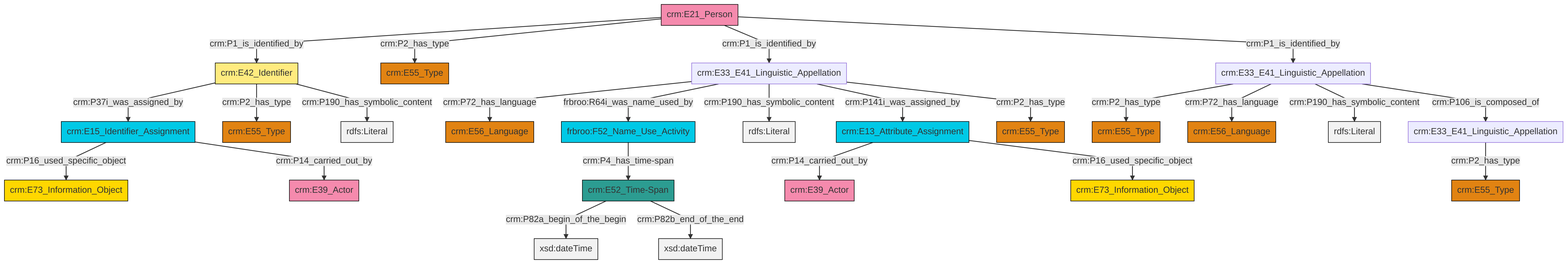
swiss-art-research-net/docs.swissartresearch keeps this Mermaid diagram as et/personCSV/ttl/mmd/png/Person_Names_and_Classification.png. Above is the earlier version. Its source is kept beside it as et/personCSV/ttl/mmd/Person_Names_and_Classification.ttl.mmd. Source of this version:
```mermaid
graph TD
classDef Literal fill:#f2f2f2,stroke:#000000;
classDef CRM_Entity fill:#FFFFFF,stroke:#000000;
classDef Temporal_Entity fill:#00C9E6, stroke:#000000;
classDef Type fill:#E18312, stroke:#000000;
classDef Time-Span fill:#2C9C91, stroke:#000000;
classDef Appellation fill:#FFEB7F, stroke:#000000;
classDef Place fill:#008836, stroke:#000000;
classDef Persistent_Item fill:#B266B2, stroke:#000000;
classDef Conceptual_Object fill:#FFD700, stroke:#000000;
classDef Physical_Thing fill:#D2B48C, stroke:#000000;
classDef Actor fill:#f58aad, stroke:#000000;
classDef PC_Classes fill:#4ce600, stroke:#000000;
classDef Multi fill:#cccccc,stroke:#000000;

2["crm:E13_Attribute_Assignment"]:::Temporal_Entity -->|crm:P14_carried_out_by| 3["crm:E39_Actor"]:::Actor
4["crm:E42_Identifier"]:::Appellation -->|crm:P37i_was_assigned_by| 5["crm:E15_Identifier_Assignment"]:::Temporal_Entity
9["crm:E33_E41_Linguistic_Appellation"]:::Default -->|crm:P2_has_type| 10["crm:E55_Type"]:::Type
9["crm:E33_E41_Linguistic_Appellation"]:::Default -->|crm:P72_has_language| 11["crm:E56_Language"]:::Type
9["crm:E33_E41_Linguistic_Appellation"]:::Default -->|crm:P190_has_symbolic_content| 12[rdfs:Literal]:::Literal
2["crm:E13_Attribute_Assignment"]:::Temporal_Entity -->|crm:P16_used_specific_object| 13["crm:E73_Information_Object"]:::Conceptual_Object
5["crm:E15_Identifier_Assignment"]:::Temporal_Entity -->|crm:P16_used_specific_object| 14["crm:E73_Information_Object"]:::Conceptual_Object
9["crm:E33_E41_Linguistic_Appellation"]:::Default -->|crm:P106_is_composed_of| 6["crm:E33_E41_Linguistic_Appellation"]:::Default
16["crm:E21_Person"]:::Actor -->|crm:P1_is_identified_by| 4["crm:E42_Identifier"]:::Appellation
0["crm:E52_Time-Span"]:::Time-Span -->|crm:P82a_begin_of_the_begin| 19[xsd:dateTime]:::Literal
20["crm:E33_E41_Linguistic_Appellation"]:::Default -->|crm:P72_has_language| 21["crm:E56_Language"]:::Type
4["crm:E42_Identifier"]:::Appellation -->|crm:P2_has_type| 17["crm:E55_Type"]:::Type
16["crm:E21_Person"]:::Actor -->|crm:P2_has_type| 31["crm:E55_Type"]:::Type
20["crm:E33_E41_Linguistic_Appellation"]:::Default -->|frbroo:R64i_was_name_used_by| 25["frbroo:F52_Name_Use_Activity"]:::Temporal_Entity
20["crm:E33_E41_Linguistic_Appellation"]:::Default -->|crm:P190_has_symbolic_content| 38[rdfs:Literal]:::Literal
16["crm:E21_Person"]:::Actor -->|crm:P1_is_identified_by| 20["crm:E33_E41_Linguistic_Appellation"]:::Default
25["frbroo:F52_Name_Use_Activity"]:::Temporal_Entity -->|crm:P4_has_time-span| 0["crm:E52_Time-Span"]:::Time-Span
20["crm:E33_E41_Linguistic_Appellation"]:::Default -->|crm:P141i_was_assigned_by| 2["crm:E13_Attribute_Assignment"]:::Temporal_Entity
20["crm:E33_E41_Linguistic_Appellation"]:::Default -->|crm:P2_has_type| 22["crm:E55_Type"]:::Type
0["crm:E52_Time-Span"]:::Time-Span -->|crm:P82b_end_of_the_end| 39[xsd:dateTime]:::Literal
4["crm:E42_Identifier"]:::Appellation -->|crm:P190_has_symbolic_content| 40[rdfs:Literal]:::Literal
16["crm:E21_Person"]:::Actor -->|crm:P1_is_identified_by| 9["crm:E33_E41_Linguistic_Appellation"]:::Default
6["crm:E33_E41_Linguistic_Appellation"]:::Default -->|crm:P2_has_type| 42["crm:E55_Type"]:::Type
5["crm:E15_Identifier_Assignment"]:::Temporal_Entity -->|crm:P14_carried_out_by| 35["crm:E39_Actor"]:::Actor
```
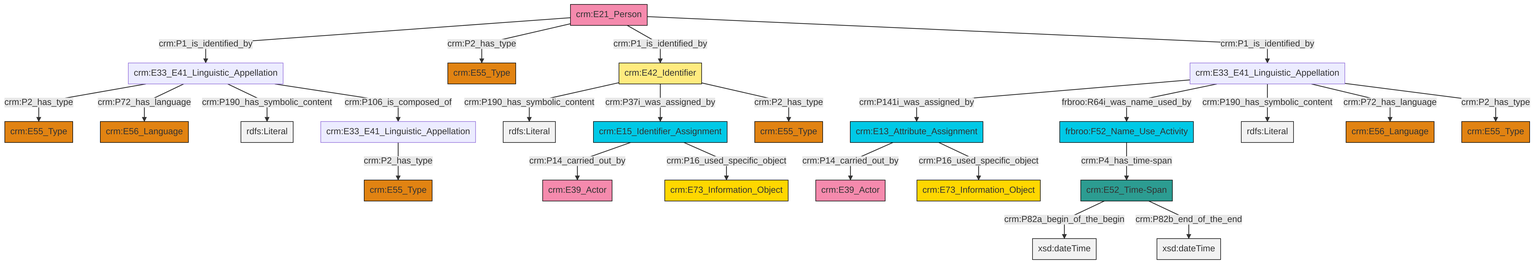
The same file after the commit.

What changed in the source:
```diff
@@ -13,27 +13,27 @@
 classDef PC_Classes fill:#4ce600, stroke:#000000;
 classDef Multi fill:#cccccc,stroke:#000000;
 
-2["crm:E13_Attribute_Assignment"]:::Temporal_Entity -->|crm:P14_carried_out_by| 3["crm:E39_Actor"]:::Actor
-4["crm:E42_Identifier"]:::Appellation -->|crm:P37i_was_assigned_by| 5["crm:E15_Identifier_Assignment"]:::Temporal_Entity
-9["crm:E33_E41_Linguistic_Appellation"]:::Default -->|crm:P2_has_type| 10["crm:E55_Type"]:::Type
-9["crm:E33_E41_Linguistic_Appellation"]:::Default -->|crm:P72_has_language| 11["crm:E56_Language"]:::Type
-9["crm:E33_E41_Linguistic_Appellation"]:::Default -->|crm:P190_has_symbolic_content| 12[rdfs:Literal]:::Literal
-2["crm:E13_Attribute_Assignment"]:::Temporal_Entity -->|crm:P16_used_specific_object| 13["crm:E73_Information_Object"]:::Conceptual_Object
-5["crm:E15_Identifier_Assignment"]:::Temporal_Entity -->|crm:P16_used_specific_object| 14["crm:E73_Information_Object"]:::Conceptual_Object
-9["crm:E33_E41_Linguistic_Appellation"]:::Default -->|crm:P106_is_composed_of| 6["crm:E33_E41_Linguistic_Appellation"]:::Default
-16["crm:E21_Person"]:::Actor -->|crm:P1_is_identified_by| 4["crm:E42_Identifier"]:::Appellation
-0["crm:E52_Time-Span"]:::Time-Span -->|crm:P82a_begin_of_the_begin| 19[xsd:dateTime]:::Literal
-20["crm:E33_E41_Linguistic_Appellation"]:::Default -->|crm:P72_has_language| 21["crm:E56_Language"]:::Type
-4["crm:E42_Identifier"]:::Appellation -->|crm:P2_has_type| 17["crm:E55_Type"]:::Type
-16["crm:E21_Person"]:::Actor -->|crm:P2_has_type| 31["crm:E55_Type"]:::Type
-20["crm:E33_E41_Linguistic_Appellation"]:::Default -->|frbroo:R64i_was_name_used_by| 25["frbroo:F52_Name_Use_Activity"]:::Temporal_Entity
-20["crm:E33_E41_Linguistic_Appellation"]:::Default -->|crm:P190_has_symbolic_content| 38[rdfs:Literal]:::Literal
-16["crm:E21_Person"]:::Actor -->|crm:P1_is_identified_by| 20["crm:E33_E41_Linguistic_Appellation"]:::Default
-25["frbroo:F52_Name_Use_Activity"]:::Temporal_Entity -->|crm:P4_has_time-span| 0["crm:E52_Time-Span"]:::Time-Span
-20["crm:E33_E41_Linguistic_Appellation"]:::Default -->|crm:P141i_was_assigned_by| 2["crm:E13_Attribute_Assignment"]:::Temporal_Entity
-20["crm:E33_E41_Linguistic_Appellation"]:::Default -->|crm:P2_has_type| 22["crm:E55_Type"]:::Type
-0["crm:E52_Time-Span"]:::Time-Span -->|crm:P82b_end_of_the_end| 39[xsd:dateTime]:::Literal
-4["crm:E42_Identifier"]:::Appellation -->|crm:P190_has_symbolic_content| 40[rdfs:Literal]:::Literal
-16["crm:E21_Person"]:::Actor -->|crm:P1_is_identified_by| 9["crm:E33_E41_Linguistic_Appellation"]:::Default
-6["crm:E33_E41_Linguistic_Appellation"]:::Default -->|crm:P2_has_type| 42["crm:E55_Type"]:::Type
-5["crm:E15_Identifier_Assignment"]:::Temporal_Entity -->|crm:P14_carried_out_by| 35["crm:E39_Actor"]:::Actor
+0["crm:E42_Identifier"]:::Appellation -->|crm:P190_has_symbolic_content| 1[rdfs:Literal]:::Literal
+6["crm:E33_E41_Linguistic_Appellation"]:::Default -->|crm:P141i_was_assigned_by| 7["crm:E13_Attribute_Assignment"]:::Temporal_Entity
+8["crm:E52_Time-Span"]:::Time-Span -->|crm:P82a_begin_of_the_begin| 9[xsd:dateTime]:::Literal
+11["crm:E21_Person"]:::Actor -->|crm:P1_is_identified_by| 12["crm:E33_E41_Linguistic_Appellation"]:::Default
+12["crm:E33_E41_Linguistic_Appellation"]:::Default -->|crm:P2_has_type| 13["crm:E55_Type"]:::Type
+6["crm:E33_E41_Linguistic_Appellation"]:::Default -->|frbroo:R64i_was_name_used_by| 4["frbroo:F52_Name_Use_Activity"]:::Temporal_Entity
+12["crm:E33_E41_Linguistic_Appellation"]:::Default -->|crm:P72_has_language| 14["crm:E56_Language"]:::Type
+11["crm:E21_Person"]:::Actor -->|crm:P2_has_type| 16["crm:E55_Type"]:::Type
+4["frbroo:F52_Name_Use_Activity"]:::Temporal_Entity -->|crm:P4_has_time-span| 8["crm:E52_Time-Span"]:::Time-Span
+11["crm:E21_Person"]:::Actor -->|crm:P1_is_identified_by| 0["crm:E42_Identifier"]:::Appellation
+0["crm:E42_Identifier"]:::Appellation -->|crm:P37i_was_assigned_by| 20["crm:E15_Identifier_Assignment"]:::Temporal_Entity
+0["crm:E42_Identifier"]:::Appellation -->|crm:P2_has_type| 17["crm:E55_Type"]:::Type
+20["crm:E15_Identifier_Assignment"]:::Temporal_Entity -->|crm:P14_carried_out_by| 27["crm:E39_Actor"]:::Actor
+7["crm:E13_Attribute_Assignment"]:::Temporal_Entity -->|crm:P14_carried_out_by| 25["crm:E39_Actor"]:::Actor
+6["crm:E33_E41_Linguistic_Appellation"]:::Default -->|crm:P190_has_symbolic_content| 36[rdfs:Literal]:::Literal
+6["crm:E33_E41_Linguistic_Appellation"]:::Default -->|crm:P72_has_language| 32["crm:E56_Language"]:::Type
+11["crm:E21_Person"]:::Actor -->|crm:P1_is_identified_by| 6["crm:E33_E41_Linguistic_Appellation"]:::Default
+12["crm:E33_E41_Linguistic_Appellation"]:::Default -->|crm:P190_has_symbolic_content| 40[rdfs:Literal]:::Literal
+7["crm:E13_Attribute_Assignment"]:::Temporal_Entity -->|crm:P16_used_specific_object| 41["crm:E73_Information_Object"]:::Conceptual_Object
+12["crm:E33_E41_Linguistic_Appellation"]:::Default -->|crm:P106_is_composed_of| 2["crm:E33_E41_Linguistic_Appellation"]:::Default
+20["crm:E15_Identifier_Assignment"]:::Temporal_Entity -->|crm:P16_used_specific_object| 22["crm:E73_Information_Object"]:::Conceptual_Object
+8["crm:E52_Time-Span"]:::Time-Span -->|crm:P82b_end_of_the_end| 45[xsd:dateTime]:::Literal
+2["crm:E33_E41_Linguistic_Appellation"]:::Default -->|crm:P2_has_type| 38["crm:E55_Type"]:::Type
+6["crm:E33_E41_Linguistic_Appellation"]:::Default -->|crm:P2_has_type| 29["crm:E55_Type"]:::Type
```
